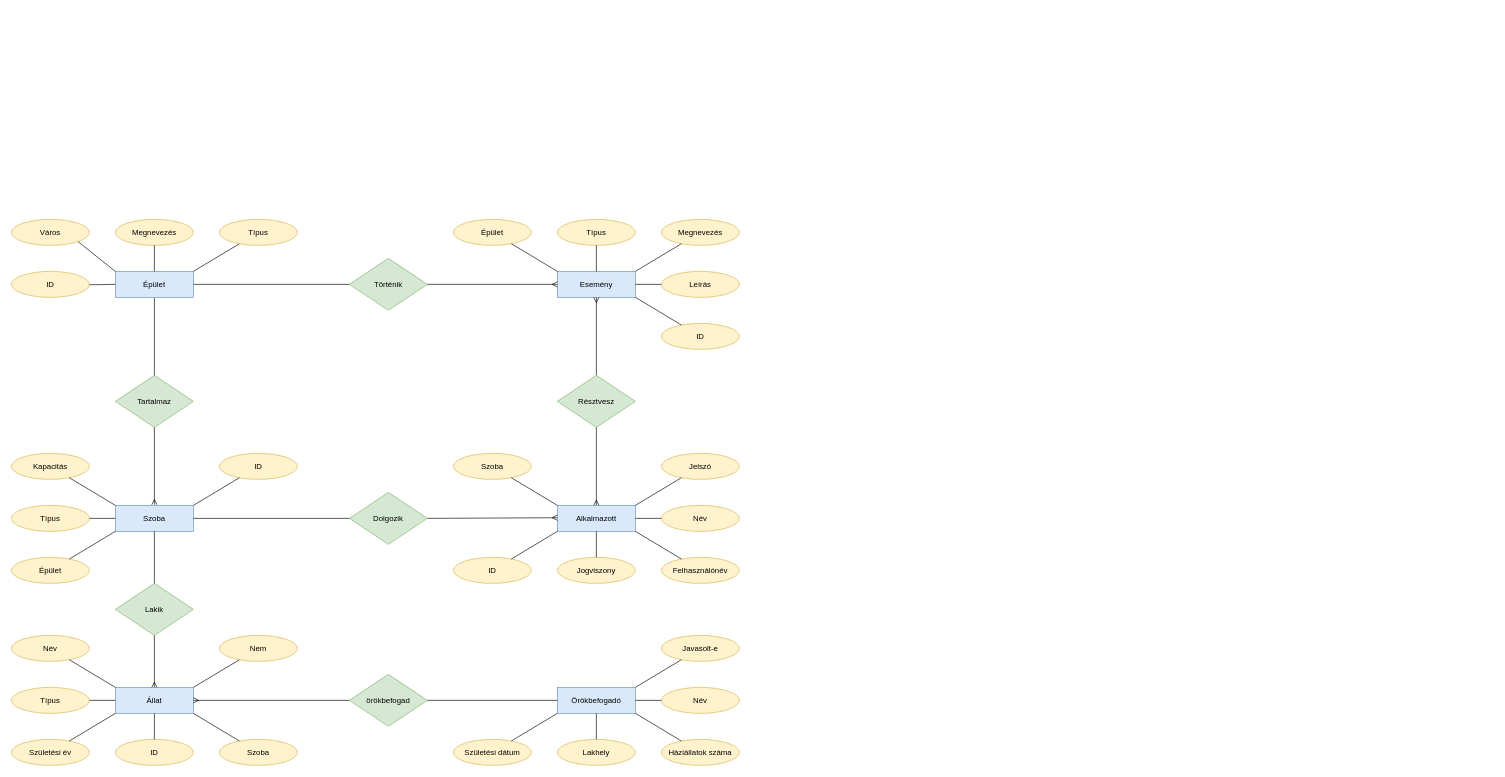
The draw.io diagram SQL_Tervezés.drawio in Gellifree/bluepaw, before the edit. Source tidied: cells renumbered, new cells numbered last; positions are measured from the earlier drawing's top-left corner, leaving out a move shared by most shapes. Both pictures are drawn from the tidied source at 65%, with x=0, y=0 at pixel (11, 219).
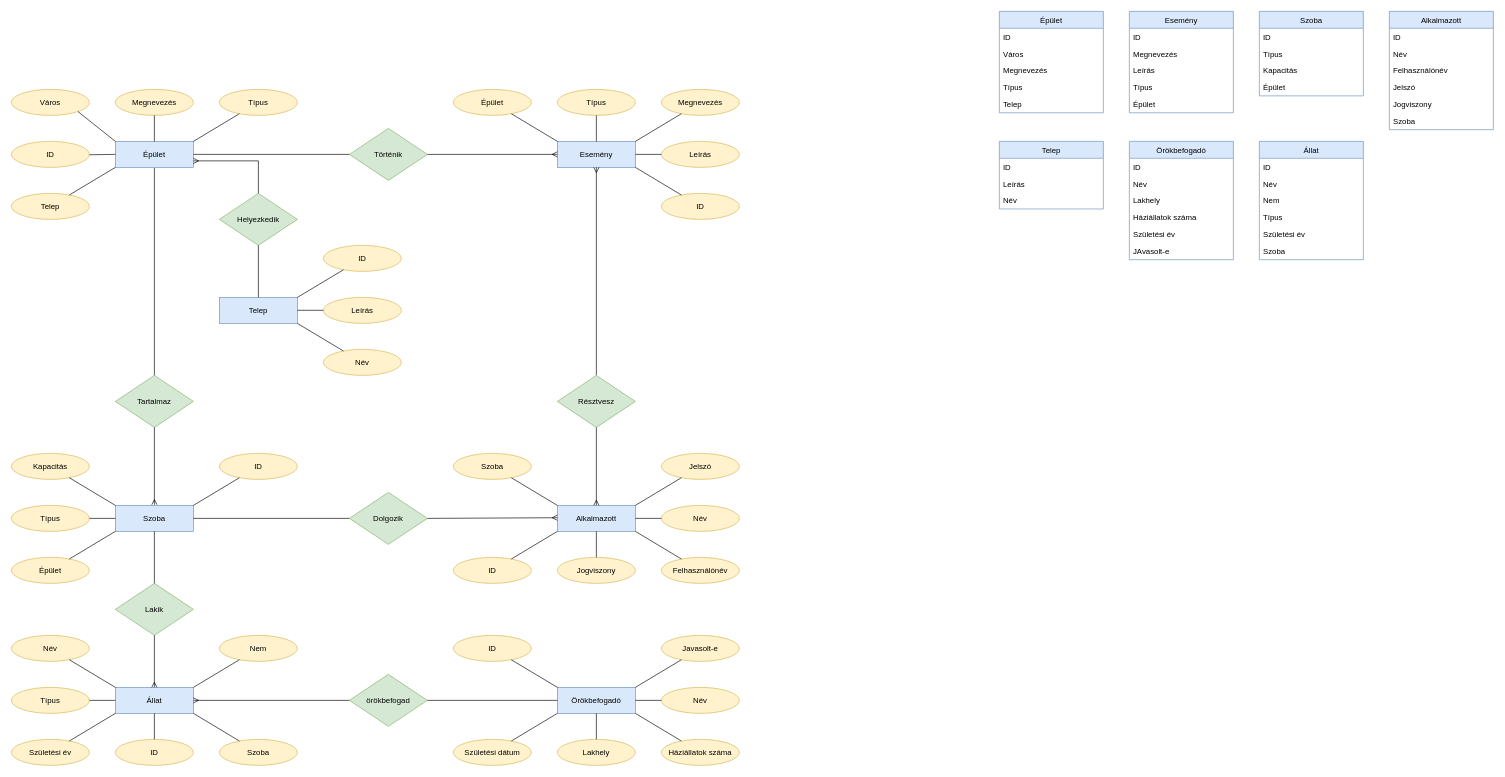
After the change.

Commit message (it also covers changes not shown here):
SQL ER modell bpvítése, táblák hozzáadása

Unchanged cells that the change refers to:
```xml
<mxCell id="13" value="Tartalmaz" style="rhombus;whiteSpace=wrap;html=1;fillColor=#d5e8d4;strokeColor=#82b366;" parent="1" vertex="1">
  <mxGeometry x="160" y="240" width="120" height="80" as="geometry" />
</mxCell>
```

The edit, as a diff of the source:
```diff
@@
     <mxCell id="2" value="Épület" style="rounded=0;whiteSpace=wrap;html=1;fillColor=#dae8fc;strokeColor=#6c8ebf;" parent="1" vertex="1">
-      <mxGeometry x="160" y="80" width="120" height="40" as="geometry" />
+      <mxGeometry x="160" y="-120" width="120" height="40" as="geometry" />
     </mxCell>
@@
     <mxCell id="7" value="Megnevezés" style="ellipse;whiteSpace=wrap;html=1;fillColor=#fff2cc;strokeColor=#d6b656;" parent="1" vertex="1">
-      <mxGeometry x="160" width="120" height="40" as="geometry" />
+      <mxGeometry x="160" y="-200" width="120" height="40" as="geometry" />
     </mxCell>
@@
     <mxCell id="9" value="Város" style="ellipse;whiteSpace=wrap;html=1;fillColor=#fff2cc;strokeColor=#d6b656;" parent="1" vertex="1">
-      <mxGeometry width="120" height="40" as="geometry" />
+      <mxGeometry y="-200" width="120" height="40" as="geometry" />
     </mxCell>
     <mxCell id="10" value="Típus" style="ellipse;whiteSpace=wrap;html=1;fillColor=#fff2cc;strokeColor=#d6b656;" parent="1" vertex="1">
-      <mxGeometry x="320" width="120" height="40" as="geometry" />
+      <mxGeometry x="320" y="-200" width="120" height="40" as="geometry" />
     </mxCell>
@@
     <mxCell id="23" value="ID" style="ellipse;whiteSpace=wrap;html=1;fillColor=#fff2cc;strokeColor=#d6b656;" parent="1" vertex="1">
-      <mxGeometry y="80" width="120" height="40" as="geometry" />
+      <mxGeometry y="-120" width="120" height="40" as="geometry" />
     </mxCell>
@@
     <mxCell id="39" value="Esemény" style="rounded=0;whiteSpace=wrap;html=1;fillColor=#dae8fc;strokeColor=#6c8ebf;" parent="1" vertex="1">
-      <mxGeometry x="840" y="80" width="120" height="40" as="geometry" />
+      <mxGeometry x="840" y="-120" width="120" height="40" as="geometry" />
     </mxCell>
     <mxCell id="40" value="Típus" style="ellipse;whiteSpace=wrap;html=1;fillColor=#fff2cc;strokeColor=#d6b656;" parent="1" vertex="1">
-      <mxGeometry x="840" width="120" height="40" as="geometry" />
+      <mxGeometry x="840" y="-200" width="120" height="40" as="geometry" />
     </mxCell>
     <mxCell id="41" value="Megnevezés" style="ellipse;whiteSpace=wrap;html=1;fillColor=#fff2cc;strokeColor=#d6b656;" parent="1" vertex="1">
-      <mxGeometry x="1000" width="120" height="40" as="geometry" />
+      <mxGeometry x="1000" y="-200" width="120" height="40" as="geometry" />
     </mxCell>
     <mxCell id="42" value="Leírás" style="ellipse;whiteSpace=wrap;html=1;fillColor=#fff2cc;strokeColor=#d6b656;" parent="1" vertex="1">
-      <mxGeometry x="1000" y="80" width="120" height="40" as="geometry" />
+      <mxGeometry x="1000" y="-120" width="120" height="40" as="geometry" />
     </mxCell>
     <mxCell id="43" value="ID" style="ellipse;whiteSpace=wrap;html=1;fillColor=#fff2cc;strokeColor=#d6b656;" parent="1" vertex="1">
-      <mxGeometry x="1000" y="160" width="120" height="40" as="geometry" />
+      <mxGeometry x="1000" y="-40" width="120" height="40" as="geometry" />
     </mxCell>
     <mxCell id="44" value="Épület" style="ellipse;whiteSpace=wrap;html=1;fillColor=#fff2cc;strokeColor=#d6b656;" parent="1" vertex="1">
-      <mxGeometry x="680" width="120" height="40" as="geometry" />
+      <mxGeometry x="680" y="-200" width="120" height="40" as="geometry" />
     </mxCell>
     <mxCell id="45" value="Történik" style="rhombus;whiteSpace=wrap;html=1;fillColor=#d5e8d4;strokeColor=#82b366;" parent="1" vertex="1">
-      <mxGeometry x="520" y="60" width="120" height="80" as="geometry" />
+      <mxGeometry x="520" y="-140" width="120" height="80" as="geometry" />
     </mxCell>
@@
     <mxCell id="78" style="endArrow=none;html=1;entryX=0.5;entryY=0;entryDx=0;entryDy=0;" parent="1" edge="1" target="13">
       <mxGeometry relative="1" as="geometry">
-        <mxPoint x="220" y="121" as="sourcePoint" />
+        <mxPoint x="220" y="-79" as="sourcePoint" />
       </mxGeometry>
     </mxCell>
@@
+    <mxCell id="86" value="Épület" style="swimlane;fontStyle=0;horizontal=1;startSize=26;fillColor=#dae8fc;strokeColor=#6c8ebf;" parent="1" vertex="1">
+      <mxGeometry x="1520" y="-320" width="160" height="156" as="geometry" />
+    </mxCell>
+    <mxCell id="87" value="ID" style="text;strokeColor=none;fillColor=none;align=left;verticalAlign=top;spacingLeft=4;spacingRight=4;overflow=hidden;" parent="86" vertex="1">
+      <mxGeometry y="26" width="160" height="26" as="geometry" />
+    </mxCell>
+    <mxCell id="88" value="Város" style="text;strokeColor=none;fillColor=none;align=left;verticalAlign=top;spacingLeft=4;spacingRight=4;overflow=hidden;" parent="86" vertex="1">
+      <mxGeometry y="52" width="160" height="26" as="geometry" />
+    </mxCell>
+    <mxCell id="89" value="Megnevezés" style="text;strokeColor=none;fillColor=none;align=left;verticalAlign=top;spacingLeft=4;spacingRight=4;overflow=hidden;" parent="86" vertex="1">
+      <mxGeometry y="78" width="160" height="26" as="geometry" />
+    </mxCell>
+    <mxCell id="90" value="Típus" style="text;strokeColor=none;fillColor=none;align=left;verticalAlign=top;spacingLeft=4;spacingRight=4;overflow=hidden;" parent="86" vertex="1">
+      <mxGeometry y="104" width="160" height="26" as="geometry" />
+    </mxCell>
+    <mxCell id="91" value="Telep" style="text;strokeColor=none;fillColor=none;align=left;verticalAlign=top;spacingLeft=4;spacingRight=4;overflow=hidden;" parent="86" vertex="1">
+      <mxGeometry y="130" width="160" height="26" as="geometry" />
+    </mxCell>
+    <mxCell id="92" value="Esemény" style="swimlane;fontStyle=0;horizontal=1;startSize=26;fillColor=#dae8fc;strokeColor=#6c8ebf;" parent="1" vertex="1">
+      <mxGeometry x="1720" y="-320" width="160" height="156" as="geometry" />
+    </mxCell>
+    <mxCell id="93" value="ID" style="text;strokeColor=none;fillColor=none;align=left;verticalAlign=top;spacingLeft=4;spacingRight=4;overflow=hidden;" parent="92" vertex="1">
+      <mxGeometry y="26" width="160" height="26" as="geometry" />
+    </mxCell>
+    <mxCell id="94" value="Megnevezés" style="text;strokeColor=none;fillColor=none;align=left;verticalAlign=top;spacingLeft=4;spacingRight=4;overflow=hidden;" parent="92" vertex="1">
+      <mxGeometry y="52" width="160" height="26" as="geometry" />
+    </mxCell>
+    <mxCell id="95" value="Leírás" style="text;strokeColor=none;fillColor=none;align=left;verticalAlign=top;spacingLeft=4;spacingRight=4;overflow=hidden;" parent="92" vertex="1">
+      <mxGeometry y="78" width="160" height="26" as="geometry" />
+    </mxCell>
+    <mxCell id="96" value="Típus" style="text;strokeColor=none;fillColor=none;align=left;verticalAlign=top;spacingLeft=4;spacingRight=4;overflow=hidden;" parent="92" vertex="1">
+      <mxGeometry y="104" width="160" height="26" as="geometry" />
+    </mxCell>
+    <mxCell id="97" value="Épület" style="text;strokeColor=none;fillColor=none;align=left;verticalAlign=top;spacingLeft=4;spacingRight=4;overflow=hidden;" parent="92" vertex="1">
+      <mxGeometry y="130" width="160" height="26" as="geometry" />
+    </mxCell>
+    <mxCell id="98" value="Szoba" style="swimlane;fontStyle=0;horizontal=1;startSize=26;fillColor=#dae8fc;strokeColor=#6c8ebf;" parent="1" vertex="1">
+      <mxGeometry x="1920" y="-320" width="160" height="130" as="geometry" />
+    </mxCell>
+    <mxCell id="99" value="ID" style="text;strokeColor=none;fillColor=none;align=left;verticalAlign=top;spacingLeft=4;spacingRight=4;overflow=hidden;" parent="98" vertex="1">
+      <mxGeometry y="26" width="160" height="26" as="geometry" />
+    </mxCell>
+    <mxCell id="100" value="Típus" style="text;strokeColor=none;fillColor=none;align=left;verticalAlign=top;spacingLeft=4;spacingRight=4;overflow=hidden;" parent="98" vertex="1">
+      <mxGeometry y="52" width="160" height="26" as="geometry" />
+    </mxCell>
+    <mxCell id="101" value="Kapacitás" style="text;strokeColor=none;fillColor=none;align=left;verticalAlign=top;spacingLeft=4;spacingRight=4;overflow=hidden;" parent="98" vertex="1">
+      <mxGeometry y="78" width="160" height="26" as="geometry" />
+    </mxCell>
+    <mxCell id="102" value="Épület" style="text;strokeColor=none;fillColor=none;align=left;verticalAlign=top;spacingLeft=4;spacingRight=4;overflow=hidden;" parent="98" vertex="1">
+      <mxGeometry y="104" width="160" height="26" as="geometry" />
+    </mxCell>
+    <mxCell id="103" value="Alkalmazott" style="swimlane;fontStyle=0;horizontal=1;startSize=26;fillColor=#dae8fc;strokeColor=#6c8ebf;" parent="1" vertex="1">
+      <mxGeometry x="2120" y="-320" width="160" height="182" as="geometry" />
+    </mxCell>
+    <mxCell id="104" value="ID" style="text;strokeColor=none;fillColor=none;align=left;verticalAlign=top;spacingLeft=4;spacingRight=4;overflow=hidden;" parent="103" vertex="1">
+      <mxGeometry y="26" width="160" height="26" as="geometry" />
+    </mxCell>
+    <mxCell id="105" value="Név" style="text;strokeColor=none;fillColor=none;align=left;verticalAlign=top;spacingLeft=4;spacingRight=4;overflow=hidden;" parent="103" vertex="1">
+      <mxGeometry y="52" width="160" height="26" as="geometry" />
+    </mxCell>
+    <mxCell id="106" value="Felhasználónév" style="text;strokeColor=none;fillColor=none;align=left;verticalAlign=top;spacingLeft=4;spacingRight=4;overflow=hidden;" parent="103" vertex="1">
+      <mxGeometry y="78" width="160" height="26" as="geometry" />
+    </mxCell>
+    <mxCell id="107" value="Jelszó" style="text;strokeColor=none;fillColor=none;align=left;verticalAlign=top;spacingLeft=4;spacingRight=4;overflow=hidden;" parent="103" vertex="1">
+      <mxGeometry y="104" width="160" height="26" as="geometry" />
+    </mxCell>
+    <mxCell id="108" value="Jogviszony" style="text;strokeColor=none;fillColor=none;align=left;verticalAlign=top;spacingLeft=4;spacingRight=4;overflow=hidden;" parent="103" vertex="1">
+      <mxGeometry y="130" width="160" height="26" as="geometry" />
+    </mxCell>
+    <mxCell id="109" value="Szoba" style="text;strokeColor=none;fillColor=none;align=left;verticalAlign=top;spacingLeft=4;spacingRight=4;overflow=hidden;" parent="103" vertex="1">
+      <mxGeometry y="156" width="160" height="26" as="geometry" />
+    </mxCell>
+    <mxCell id="110" value="Állat" style="swimlane;fontStyle=0;horizontal=1;startSize=26;fillColor=#dae8fc;strokeColor=#6c8ebf;" parent="1" vertex="1">
+      <mxGeometry x="1920" y="-120" width="160" height="182" as="geometry" />
+    </mxCell>
+    <mxCell id="111" value="ID" style="text;strokeColor=none;fillColor=none;align=left;verticalAlign=top;spacingLeft=4;spacingRight=4;overflow=hidden;" parent="110" vertex="1">
+      <mxGeometry y="26" width="160" height="26" as="geometry" />
+    </mxCell>
+    <mxCell id="112" value="Név" style="text;strokeColor=none;fillColor=none;align=left;verticalAlign=top;spacingLeft=4;spacingRight=4;overflow=hidden;" parent="110" vertex="1">
+      <mxGeometry y="52" width="160" height="26" as="geometry" />
+    </mxCell>
+    <mxCell id="113" value="Nem" style="text;strokeColor=none;fillColor=none;align=left;verticalAlign=top;spacingLeft=4;spacingRight=4;overflow=hidden;" parent="110" vertex="1">
+      <mxGeometry y="78" width="160" height="26" as="geometry" />
+    </mxCell>
+    <mxCell id="114" value="Típus" style="text;strokeColor=none;fillColor=none;align=left;verticalAlign=top;spacingLeft=4;spacingRight=4;overflow=hidden;" parent="110" vertex="1">
+      <mxGeometry y="104" width="160" height="26" as="geometry" />
+    </mxCell>
+    <mxCell id="115" value="Születési év" style="text;strokeColor=none;fillColor=none;align=left;verticalAlign=top;spacingLeft=4;spacingRight=4;overflow=hidden;" parent="110" vertex="1">
+      <mxGeometry y="130" width="160" height="26" as="geometry" />
+    </mxCell>
+    <mxCell id="116" value="Szoba" style="text;strokeColor=none;fillColor=none;align=left;verticalAlign=top;spacingLeft=4;spacingRight=4;overflow=hidden;" parent="110" vertex="1">
+      <mxGeometry y="156" width="160" height="26" as="geometry" />
+    </mxCell>
+    <mxCell id="117" value="Örökbefogadó" style="swimlane;fontStyle=0;horizontal=1;startSize=26;fillColor=#dae8fc;strokeColor=#6c8ebf;" parent="1" vertex="1">
+      <mxGeometry x="1720" y="-120" width="160" height="182" as="geometry" />
+    </mxCell>
+    <mxCell id="118" value="ID" style="text;strokeColor=none;fillColor=none;align=left;verticalAlign=top;spacingLeft=4;spacingRight=4;overflow=hidden;" parent="117" vertex="1">
+      <mxGeometry y="26" width="160" height="26" as="geometry" />
+    </mxCell>
+    <mxCell id="119" value="Név" style="text;strokeColor=none;fillColor=none;align=left;verticalAlign=top;spacingLeft=4;spacingRight=4;overflow=hidden;" parent="117" vertex="1">
+      <mxGeometry y="52" width="160" height="26" as="geometry" />
+    </mxCell>
+    <mxCell id="120" value="Lakhely" style="text;strokeColor=none;fillColor=none;align=left;verticalAlign=top;spacingLeft=4;spacingRight=4;overflow=hidden;" parent="117" vertex="1">
+      <mxGeometry y="78" width="160" height="26" as="geometry" />
+    </mxCell>
+    <mxCell id="121" value="Háziállatok száma" style="text;strokeColor=none;fillColor=none;align=left;verticalAlign=top;spacingLeft=4;spacingRight=4;overflow=hidden;" parent="117" vertex="1">
+      <mxGeometry y="104" width="160" height="26" as="geometry" />
+    </mxCell>
+    <mxCell id="122" value="Születési év" style="text;strokeColor=none;fillColor=none;align=left;verticalAlign=top;spacingLeft=4;spacingRight=4;overflow=hidden;" parent="117" vertex="1">
+      <mxGeometry y="130" width="160" height="26" as="geometry" />
+    </mxCell>
+    <mxCell id="123" value="JAvasolt-e" style="text;strokeColor=none;fillColor=none;align=left;verticalAlign=top;spacingLeft=4;spacingRight=4;overflow=hidden;" parent="117" vertex="1">
+      <mxGeometry y="156" width="160" height="26" as="geometry" />
+    </mxCell>
+    <mxCell id="124" value="ID" style="ellipse;whiteSpace=wrap;html=1;fillColor=#fff2cc;strokeColor=#d6b656;" parent="1" vertex="1">
+      <mxGeometry x="680" y="640" width="120" height="40" as="geometry" />
+    </mxCell>
+    <mxCell id="125" style="endArrow=none;html=1;exitX=0;exitY=0;exitDx=0;exitDy=0;" parent="1" edge="1">
+      <mxGeometry relative="1" as="geometry">
+        <mxPoint x="840" y="720" as="sourcePoint" />
+        <mxPoint x="769.1" y="677.5" as="targetPoint" />
+      </mxGeometry>
+    </mxCell>
+    <mxCell id="126" value="Telep" style="rounded=0;whiteSpace=wrap;html=1;fillColor=#dae8fc;strokeColor=#6c8ebf;" parent="1" vertex="1">
+      <mxGeometry x="320" y="120" width="120" height="40" as="geometry" />
+    </mxCell>
+    <mxCell id="127" value="ID" style="ellipse;whiteSpace=wrap;html=1;fillColor=#fff2cc;strokeColor=#d6b656;" parent="1" vertex="1">
+      <mxGeometry x="480" y="40" width="120" height="40" as="geometry" />
+    </mxCell>
+    <mxCell id="128" value="Név" style="ellipse;whiteSpace=wrap;html=1;fillColor=#fff2cc;strokeColor=#d6b656;" parent="1" vertex="1">
+      <mxGeometry x="480" y="200" width="120" height="40" as="geometry" />
+    </mxCell>
+    <mxCell id="129" value="Leírás" style="ellipse;whiteSpace=wrap;html=1;fillColor=#fff2cc;strokeColor=#d6b656;" parent="1" vertex="1">
+      <mxGeometry x="480" y="120" width="120" height="40" as="geometry" />
+    </mxCell>
+    <mxCell id="130" value="Telep" style="ellipse;whiteSpace=wrap;html=1;fillColor=#fff2cc;strokeColor=#d6b656;" parent="1" vertex="1">
+      <mxGeometry y="-40" width="120" height="40" as="geometry" />
+    </mxCell>
+    <mxCell id="131" style="endArrow=none;html=1;exitX=1;exitY=0;exitDx=0;exitDy=0;" parent="1" edge="1">
+      <mxGeometry relative="1" as="geometry">
+        <mxPoint x="89.1" y="-37.5" as="sourcePoint" />
+        <mxPoint x="160" y="-80" as="targetPoint" />
+      </mxGeometry>
+    </mxCell>
+    <mxCell id="132" value="Helyezkedik" style="rhombus;whiteSpace=wrap;html=1;fillColor=#d5e8d4;strokeColor=#82b366;" parent="1" vertex="1">
+      <mxGeometry x="320" y="-40" width="120" height="80" as="geometry" />
+    </mxCell>
+    <mxCell id="133" style="endArrow=none;html=1;startArrow=ERmany;startFill=0;exitX=1;exitY=0.75;exitDx=0;exitDy=0;" parent="1" edge="1" source="2">
+      <mxGeometry relative="1" as="geometry">
+        <mxPoint x="380" y="-90" as="targetPoint" />
+      </mxGeometry>
+    </mxCell>
+    <mxCell id="134" style="endArrow=none;html=1;exitX=1;exitY=0;exitDx=0;exitDy=0;" parent="1" edge="1">
+      <mxGeometry relative="1" as="geometry">
+        <mxPoint x="440" y="120" as="sourcePoint" />
+        <mxPoint x="511" y="77.5" as="targetPoint" />
+      </mxGeometry>
+    </mxCell>
+    <mxCell id="135" style="endArrow=none;html=1;entryX=0;entryY=0.5;entryDx=0;entryDy=0;" parent="1" edge="1">
+      <mxGeometry relative="1" as="geometry">
+        <mxPoint x="440" y="139.9" as="sourcePoint" />
+        <mxPoint x="480" y="139.9" as="targetPoint" />
+      </mxGeometry>
+    </mxCell>
+    <mxCell id="136" style="endArrow=none;html=1;entryX=1;entryY=1;entryDx=0;entryDy=0;" parent="1" edge="1" source="128">
+      <mxGeometry relative="1" as="geometry">
+        <mxPoint x="440" y="160" as="targetPoint" />
+      </mxGeometry>
+    </mxCell>
+    <mxCell id="137" style="endArrow=none;html=1;" parent="1" edge="1" target="132">
+      <mxGeometry relative="1" as="geometry">
+        <mxPoint x="380" y="-90" as="sourcePoint" />
+      </mxGeometry>
+    </mxCell>
+    <mxCell id="138" style="endArrow=none;html=1;entryX=0.5;entryY=0;entryDx=0;entryDy=0;exitX=0.5;exitY=1;exitDx=0;exitDy=0;" parent="1" edge="1" target="126">
+      <mxGeometry relative="1" as="geometry">
+        <mxPoint x="380" y="40" as="sourcePoint" />
+      </mxGeometry>
+    </mxCell>
+    <mxCell id="139" value="Telep" style="swimlane;fontStyle=0;horizontal=1;startSize=26;fillColor=#dae8fc;strokeColor=#6c8ebf;" parent="1" vertex="1">
+      <mxGeometry x="1520" y="-120" width="160" height="104" as="geometry" />
+    </mxCell>
+    <mxCell id="140" value="ID" style="text;strokeColor=none;fillColor=none;align=left;verticalAlign=top;spacingLeft=4;spacingRight=4;overflow=hidden;" parent="139" vertex="1">
+      <mxGeometry y="26" width="160" height="26" as="geometry" />
+    </mxCell>
+    <mxCell id="141" value="Leírás" style="text;strokeColor=none;fillColor=none;align=left;verticalAlign=top;spacingLeft=4;spacingRight=4;overflow=hidden;" parent="139" vertex="1">
+      <mxGeometry y="52" width="160" height="26" as="geometry" />
+    </mxCell>
+    <mxCell id="142" value="Név" style="text;strokeColor=none;fillColor=none;align=left;verticalAlign=top;spacingLeft=4;spacingRight=4;overflow=hidden;" parent="139" vertex="1">
+      <mxGeometry y="78" width="160" height="26" as="geometry" />
+    </mxCell>
```
